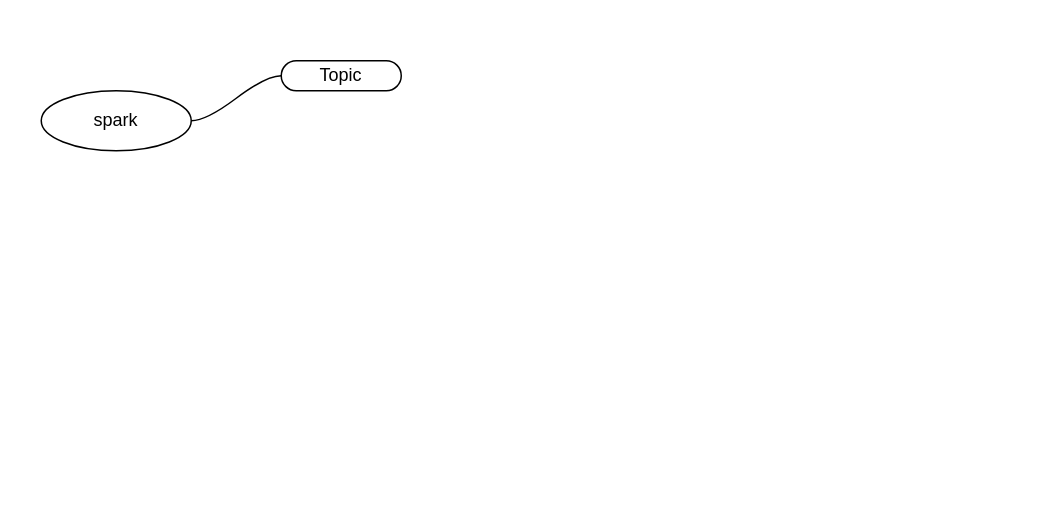
yangdj/tf_docs keeps this draw.io diagram as page "spark" (3 of 3) of scala/scala.drawio. Above is the earlier version. Source tidied: cells renumbered, new cells numbered last; positions are measured from the earlier drawing's top-left corner, leaving out a move shared by most shapes. Both pictures are drawn from the tidied source at 150%, with x=0, y=0 at pixel (26, 26).
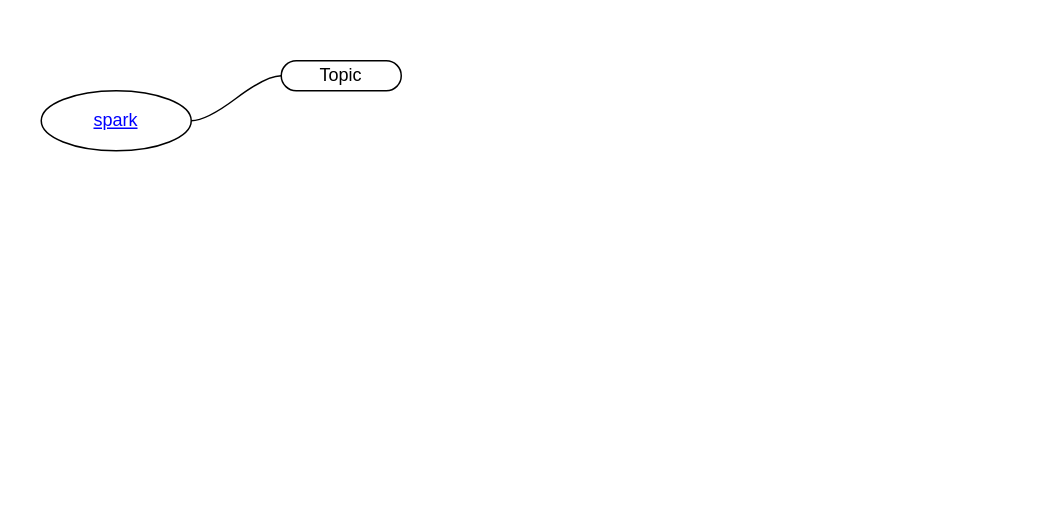
After the change.

What changed in the source:
```diff
@@
 <mxGraphModel>
   <root>
     <mxCell id="0" />
     <mxCell id="1" parent="0" />
-    <mxCell id="2" style="swimlane;html=1;startSize=20;horizontal=1;containerType=tree;rounded=1;shadow=0;glass=0;comic=0;fillColor=none;align=left;strokeColor=none;" parent="1" vertex="1">
+    <mxCell id="2" style="swimlane;html=1;startSize=20;horizontal=1;containerType=tree;rounded=1;shadow=0;glass=0;comic=0;fillColor=none;align=left;strokeColor=none;fontColor=#0000FF;" parent="1" vertex="1">
       <mxGeometry width="660" height="320" as="geometry" />
     </mxCell>
     <mxCell id="3" style="edgeStyle=entityRelationEdgeStyle;startArrow=none;endArrow=none;segment=10;curved=1;" parent="2" edge="1" source="4" target="5">
       <mxGeometry relative="1" as="geometry" />
     </mxCell>
-    <mxCell id="4" value="spark" style="ellipse;whiteSpace=wrap;html=1;align=center;" parent="2" vertex="1">
+    <mxCell id="4" value="spark" style="ellipse;whiteSpace=wrap;align=center;fontStyle=4;horizontal=1;html=1;fontColor=#0000FF;" parent="2" vertex="1">
       <mxGeometry x="10" y="43" width="100" height="40" as="geometry" />
     </mxCell>
     <mxCell id="5" value="Topic" style="whiteSpace=wrap;html=1;rounded=1;arcSize=50;align=center;verticalAlign=middle;strokeWidth=1;spacing=4;" parent="2" vertex="1">
       <mxGeometry x="170" y="23" width="80" height="20" as="geometry" />
     </mxCell>
   </root>
 </mxGraphModel>
```
